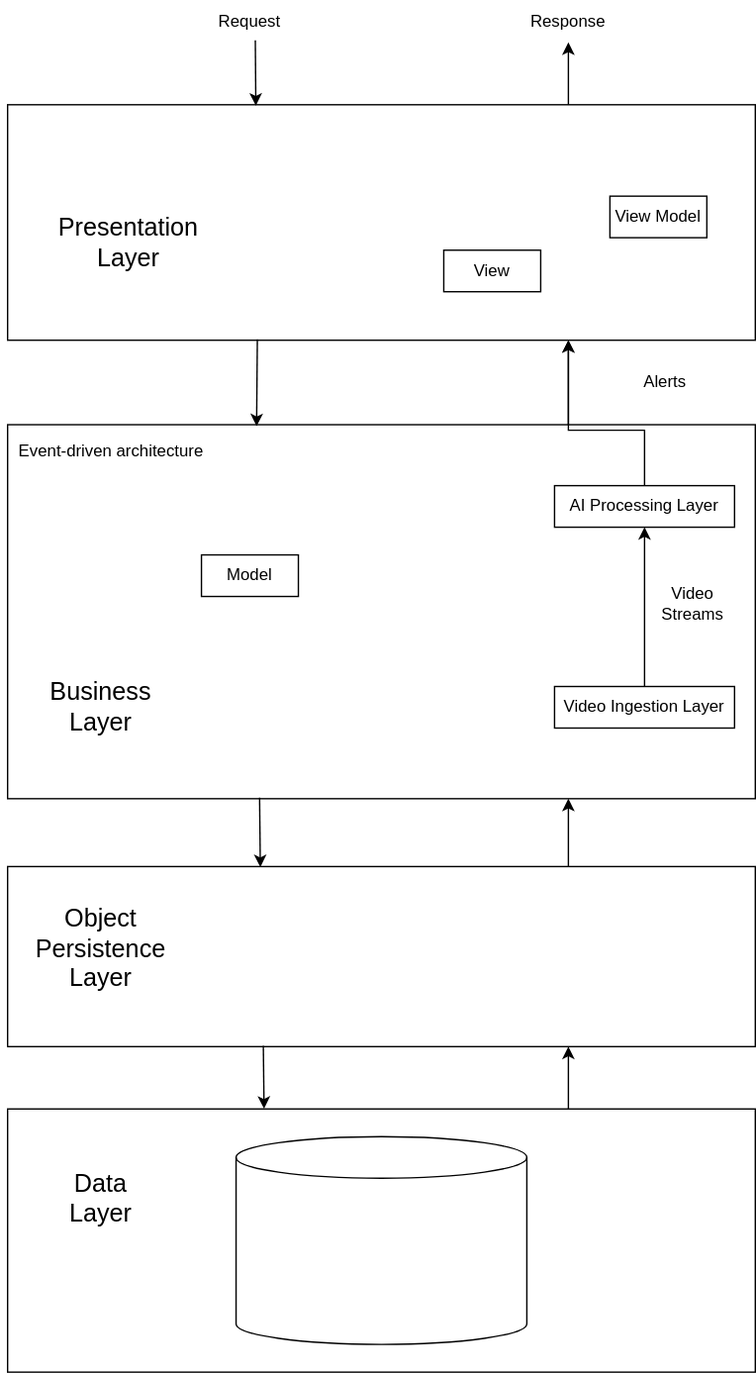
The draw.io diagram docs/images/Architecture Diagram.drawio.svg in COS301-SE-2026/Neighbourhood-WatchDog, before a commit. Source tidied: cells renumbered, new cells last; positions are measured from the earlier drawing's top-left corner, leaving out a move shared by most shapes.
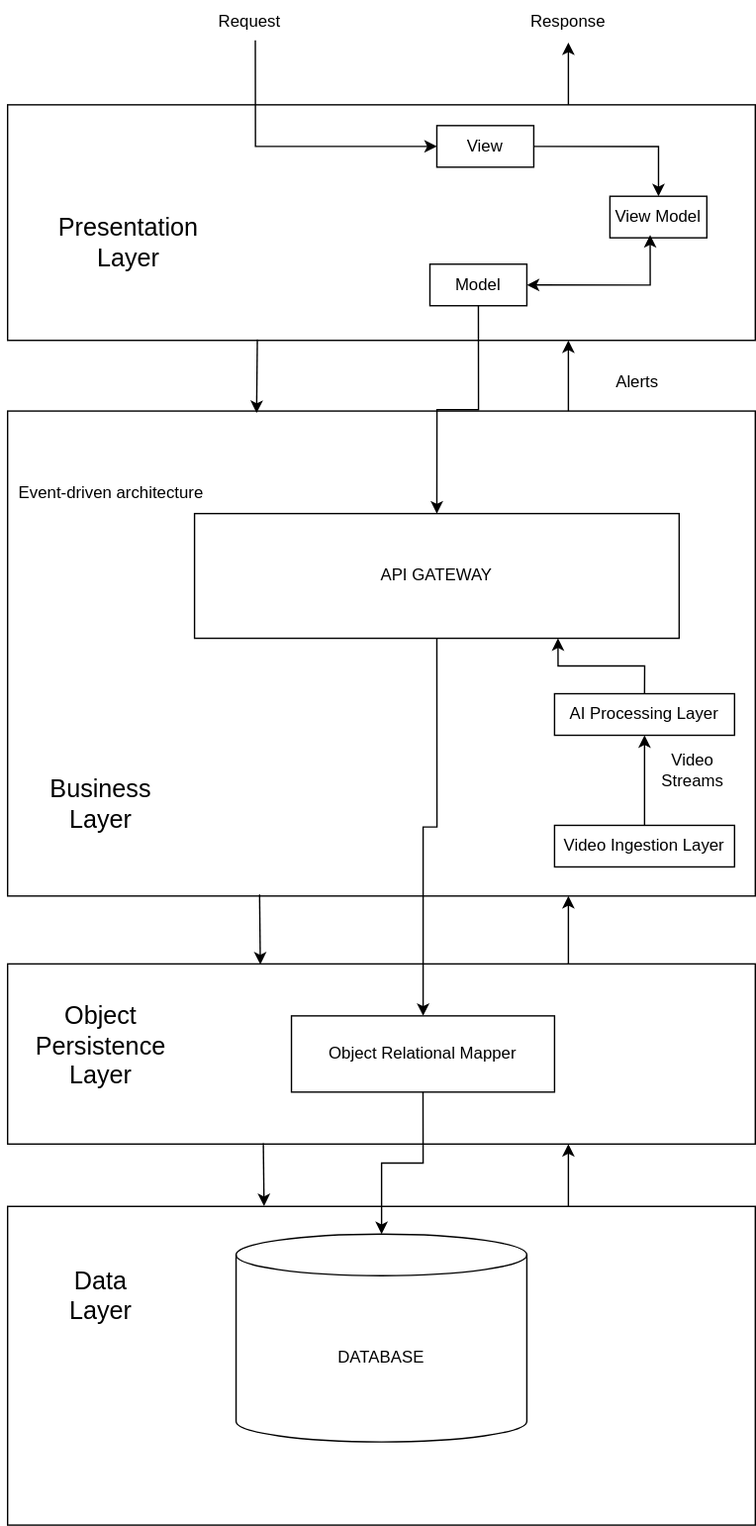
The same diagram one commit later.

Diff of the diagram source:
```diff
@@ -3,39 +3,34 @@
     <mxCell id="0" />
     <mxCell id="1" parent="0" />
     <mxCell id="2" style="rounded=0;whiteSpace=wrap;html=1;rotation=90;" parent="1" vertex="1">
-      <mxGeometry x="180" y="735" width="190" height="540" as="geometry" />
+      <mxGeometry x="160" y="755" width="230" height="540" as="geometry" />
     </mxCell>
     <mxCell id="3" style="rounded=0;whiteSpace=wrap;html=1;rotation=90;" parent="1" vertex="1">
-      <mxGeometry x="190" width="170" height="540" as="geometry" />
+      <mxGeometry x="190" y="-70" width="170" height="540" as="geometry" />
     </mxCell>
     <mxCell id="4" style="rounded=0;whiteSpace=wrap;html=1;rotation=90;" parent="1" vertex="1">
-      <mxGeometry x="140" y="281" width="270" height="540" as="geometry" />
+      <mxGeometry x="100" y="241" width="350" height="540" as="geometry" />
     </mxCell>
     <mxCell id="5" style="rounded=0;whiteSpace=wrap;html=1;rotation=90;" parent="1" vertex="1">
       <mxGeometry x="210" y="530" width="130" height="540" as="geometry" />
     </mxCell>
     <mxCell id="6" value="Event-driven architecture" style="text;html=1;whiteSpace=wrap;strokeColor=none;fillColor=none;align=center;verticalAlign=middle;rounded=0;" parent="1" vertex="1">
-      <mxGeometry x="10" y="420" width="140" height="30" as="geometry" />
+      <mxGeometry x="10" y="380" width="140" height="30" as="geometry" />
     </mxCell>
-    <mxCell id="7" style="edgeStyle=orthogonalEdgeStyle;rounded=0;jettySize=auto;html=1;exitX=0.5;exitY=0;exitDx=0;exitDy=0;entryX=1;entryY=0.25;entryDx=0;entryDy=0;" parent="1" edge="1" source="8" target="3">
-      <mxGeometry relative="1" as="geometry">
-        <Array as="points">
-          <mxPoint x="465" y="420" />
-          <mxPoint x="410" y="420" />
-        </Array>
-      </mxGeometry>
-    </mxCell>
+    <mxCell id="31" style="edgeStyle=orthogonalEdgeStyle;rounded=0;jettySize=auto;html=1;exitX=0.5;exitY=0;exitDx=0;exitDy=0;entryX=0.75;entryY=1;entryDx=0;entryDy=0;" parent="1" edge="1" source="8" target="35">
+      <mxGeometry relative="1" as="geometry" />
+    </mxCell>
     <mxCell id="8" value="AI Processing Layer" style="rounded=0;whiteSpace=wrap;html=1;" parent="1" vertex="1">
-      <mxGeometry x="400" y="460" width="130" height="30" as="geometry" />
+      <mxGeometry x="400" y="540" width="130" height="30" as="geometry" />
     </mxCell>
     <mxCell id="9" value="Video Streams" style="text;html=1;whiteSpace=wrap;strokeColor=none;fillColor=none;align=center;verticalAlign=middle;rounded=0;" parent="1" vertex="1">
-      <mxGeometry x="470" y="530" width="60" height="30" as="geometry" />
+      <mxGeometry x="470" y="580" width="60" height="30" as="geometry" />
     </mxCell>
     <mxCell id="10" value="Alerts" style="text;html=1;whiteSpace=wrap;strokeColor=none;fillColor=none;align=center;verticalAlign=middle;rounded=0;" parent="1" vertex="1">
-      <mxGeometry x="450" y="370" width="60" height="30" as="geometry" />
+      <mxGeometry x="430" y="300" width="60" height="30" as="geometry" />
     </mxCell>
     <mxCell id="11" value="&lt;font style=&quot;font-size: 18px;&quot;&gt;Presentation Layer&lt;/font&gt;" style="text;html=1;whiteSpace=wrap;strokeColor=none;fillColor=none;align=center;verticalAlign=middle;rounded=0;" parent="1" vertex="1">
-      <mxGeometry x="35" y="270" width="115" height="30" as="geometry" />
+      <mxGeometry x="35" y="200" width="115" height="30" as="geometry" />
     </mxCell>
     <mxCell id="12" value="&lt;font style=&quot;font-size: 18px;&quot;&gt;Data Layer&lt;/font&gt;" style="text;html=1;whiteSpace=wrap;strokeColor=none;fillColor=none;align=center;verticalAlign=middle;rounded=0;" parent="1" vertex="1">
       <mxGeometry x="35" y="960" width="75" height="30" as="geometry" />
@@ -55,11 +50,15 @@
     <mxCell id="17" style="endArrow=classic;html=1;rounded=0;exitX=0.996;exitY=0.658;exitDx=0;exitDy=0;exitPerimeter=0;entryX=-0.001;entryY=0.657;entryDx=0;entryDy=0;entryPerimeter=0;" parent="1" edge="1" source="5" target="2">
       <mxGeometry relative="1" as="geometry" />
     </mxCell>
-    <mxCell id="18" style="endArrow=classic;html=1;rounded=0;exitX=0.565;exitY=0.948;exitDx=0;exitDy=0;exitPerimeter=0;entryX=0.004;entryY=0.668;entryDx=0;entryDy=0;entryPerimeter=0;" parent="1" edge="1" source="19" target="3">
-      <mxGeometry relative="1" as="geometry" />
+    <mxCell id="18" style="endArrow=classic;html=1;rounded=0;exitX=0.565;exitY=0.948;exitDx=0;exitDy=0;exitPerimeter=0;entryX=0;entryY=0.5;entryDx=0;entryDy=0;" parent="1" edge="1" source="19" target="28">
+      <mxGeometry relative="1" as="geometry">
+        <Array as="points">
+          <mxPoint x="184" y="145" />
+        </Array>
+      </mxGeometry>
     </mxCell>
     <mxCell id="19" value="Request" style="text;html=1;whiteSpace=wrap;strokeColor=none;fillColor=none;align=center;verticalAlign=middle;rounded=0;" parent="1" vertex="1">
-      <mxGeometry x="150" y="110" width="60" height="30" as="geometry" />
+      <mxGeometry x="150" y="40" width="60" height="30" as="geometry" />
     </mxCell>
     <mxCell id="20" style="endArrow=classic;html=1;rounded=0;exitX=0;exitY=0.25;exitDx=0;exitDy=0;entryX=1;entryY=0.25;entryDx=0;entryDy=0;" parent="1" edge="1" source="2" target="5">
       <mxGeometry relative="1" as="geometry" />
@@ -77,22 +76,43 @@
       <mxGeometry relative="1" as="geometry" />
     </mxCell>
     <mxCell id="25" value="Video Ingestion Layer" style="rounded=0;whiteSpace=wrap;html=1;" parent="1" vertex="1">
-      <mxGeometry x="400" y="605" width="130" height="30" as="geometry" />
+      <mxGeometry x="400" y="635" width="130" height="30" as="geometry" />
     </mxCell>
+    <mxCell id="32" style="edgeStyle=orthogonalEdgeStyle;rounded=0;jettySize=auto;html=1;exitX=0.5;exitY=1;exitDx=0;exitDy=0;entryX=0.5;entryY=0;entryDx=0;entryDy=0;" parent="1" edge="1" source="26" target="35">
+      <mxGeometry relative="1" as="geometry" />
+    </mxCell>
     <mxCell id="26" value="Model" style="rounded=0;whiteSpace=wrap;html=1;" parent="1" vertex="1">
-      <mxGeometry x="145" y="510" width="70" height="30" as="geometry" />
+      <mxGeometry x="310" y="230" width="70" height="30" as="geometry" />
     </mxCell>
     <mxCell id="27" value="View Model" style="rounded=0;whiteSpace=wrap;html=1;" parent="1" vertex="1">
-      <mxGeometry x="440" y="251" width="70" height="30" as="geometry" />
+      <mxGeometry x="440" y="181" width="70" height="30" as="geometry" />
     </mxCell>
+    <mxCell id="33" style="edgeStyle=orthogonalEdgeStyle;rounded=0;jettySize=auto;html=1;exitX=1;exitY=0.5;exitDx=0;exitDy=0;startArrow=none;startFill=0;" parent="1" edge="1" source="28" target="27">
+      <mxGeometry relative="1" as="geometry" />
+    </mxCell>
     <mxCell id="28" value="View" style="rounded=0;whiteSpace=wrap;html=1;" parent="1" vertex="1">
-      <mxGeometry x="320" y="290" width="70" height="30" as="geometry" />
+      <mxGeometry x="315" y="130" width="70" height="30" as="geometry" />
     </mxCell>
     <mxCell id="29" value="Response" style="text;html=1;whiteSpace=wrap;strokeColor=none;fillColor=none;align=center;verticalAlign=middle;rounded=0;" parent="1" vertex="1">
-      <mxGeometry x="380" y="110" width="60" height="30" as="geometry" />
+      <mxGeometry x="380" y="40" width="60" height="30" as="geometry" />
     </mxCell>
-    <mxCell id="30" style="shape=cylinder3;whiteSpace=wrap;html=1;boundedLbl=1;backgroundOutline=1;size=15;" parent="1" vertex="1">
+    <mxCell id="30" value="DATABASE" style="shape=cylinder3;whiteSpace=wrap;html=1;boundedLbl=1;backgroundOutline=1;size=15;" parent="1" vertex="1">
       <mxGeometry x="170" y="930" width="210" height="150" as="geometry" />
     </mxCell>
+    <mxCell id="34" style="edgeStyle=orthogonalEdgeStyle;rounded=0;jettySize=auto;html=1;exitX=0.5;exitY=1;exitDx=0;exitDy=0;" parent="1" edge="1" source="35" target="38">
+      <mxGeometry relative="1" as="geometry" />
+    </mxCell>
+    <mxCell id="35" value="API GATEWAY" style="whiteSpace=wrap;html=1;" parent="1" vertex="1">
+      <mxGeometry x="140" y="410" width="350" height="90" as="geometry" />
+    </mxCell>
+    <mxCell id="36" style="edgeStyle=orthogonalEdgeStyle;rounded=0;jettySize=auto;html=1;exitX=1;exitY=0.5;exitDx=0;exitDy=0;entryX=0.415;entryY=0.933;entryDx=0;entryDy=0;entryPerimeter=0;startArrow=classic;startFill=1;" parent="1" edge="1" source="26" target="27">
+      <mxGeometry relative="1" as="geometry" />
+    </mxCell>
+    <mxCell id="37" style="edgeStyle=orthogonalEdgeStyle;rounded=0;jettySize=auto;html=1;exitX=0.5;exitY=1;exitDx=0;exitDy=0;" parent="1" edge="1" source="38" target="30">
+      <mxGeometry relative="1" as="geometry" />
+    </mxCell>
+    <mxCell id="38" value="Object Relational Mapper" style="whiteSpace=wrap;html=1;" parent="1" vertex="1">
+      <mxGeometry x="210" y="772.5" width="190" height="55" as="geometry" />
+    </mxCell>
   </root>
 </mxGraphModel>
```
